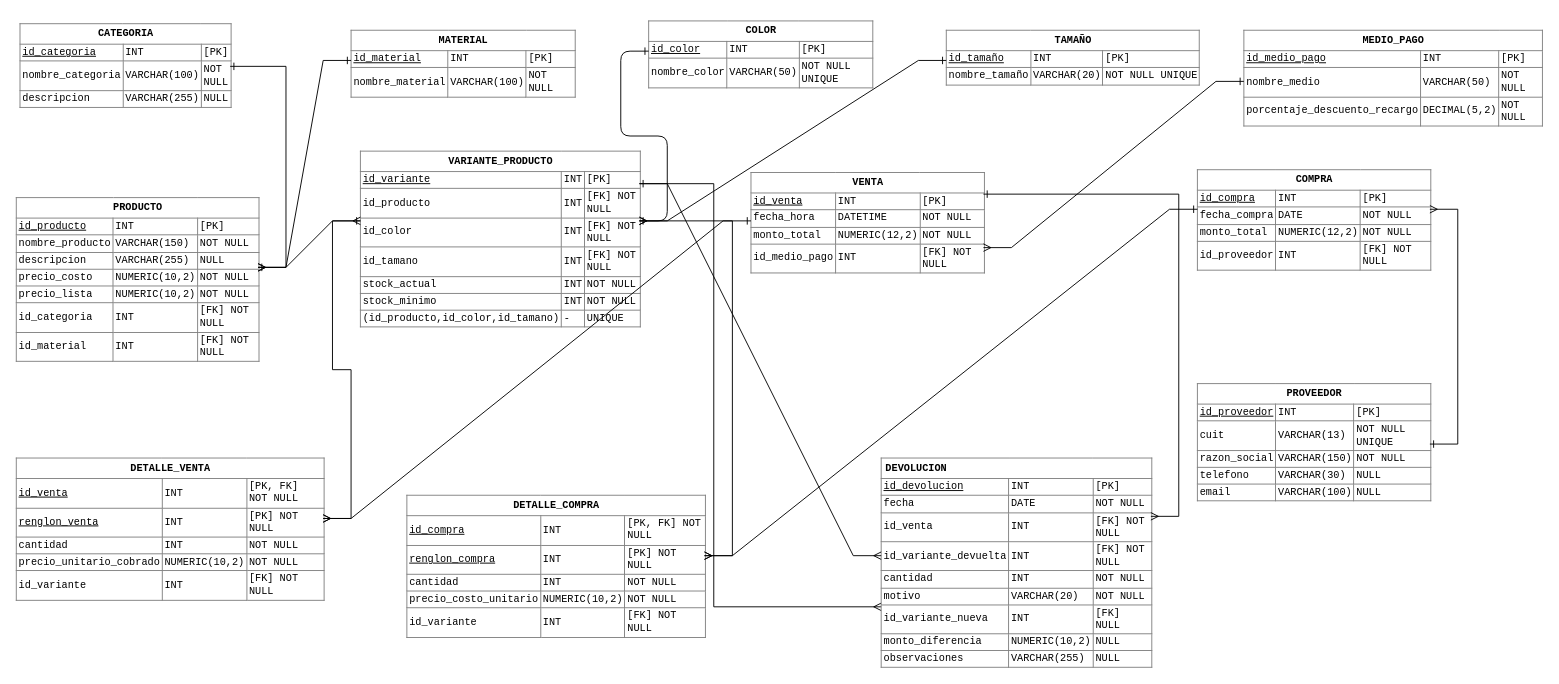
The draw.io diagram tif/diagrama_tablas_tif.drawio in augusbarzola-arch/app-marroquineria, before the edit. Source tidied: cells renumbered, new cells numbered last; positions are measured from the earlier drawing's top-left corner, leaving out a move shared by most shapes. Both pictures are drawn from the tidied source at 93%, with x=0, y=0 at pixel (16, 16).
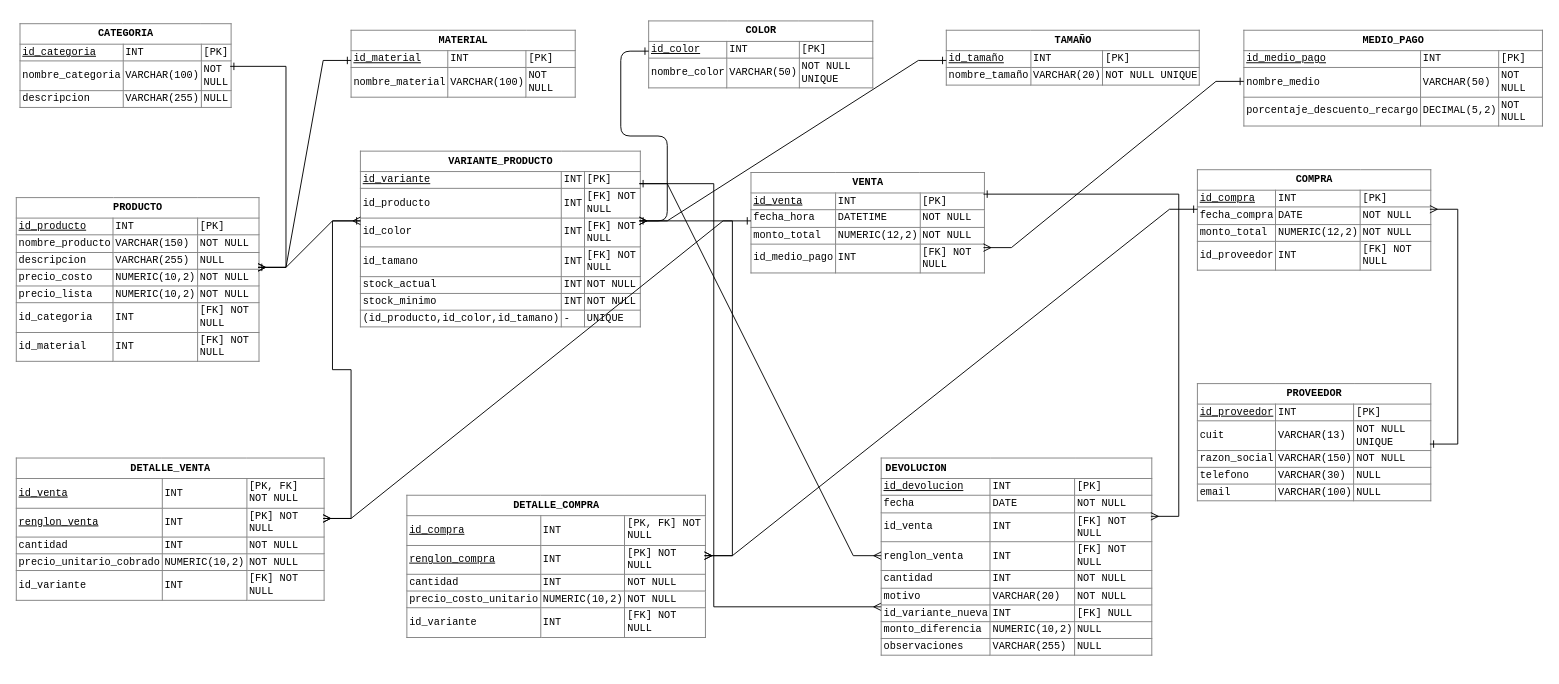
The same diagram, later.

The edit, as a diff of the source:
```diff
@@
-    <mxCell id="15" value="&lt;table style=&quot;border-collapse: collapse; width: 100%; font-size: 11px; font-family: monospace;&quot;&gt;&lt;tbody&gt;&lt;tr&gt;&lt;th colspan=&quot;3&quot; style=&quot;border: 1px solid rgb(128, 128, 128); padding: 4px;&quot;&gt;&lt;span&gt;DEVOLUCION&lt;/span&gt;&lt;/th&gt;&lt;/tr&gt;&lt;tr&gt;&lt;td style=&quot;border: 1px solid rgb(128, 128, 128); padding: 2px;&quot;&gt;&lt;u&gt;id_devolucion&lt;/u&gt;&lt;/td&gt;&lt;td style=&quot;border: 1px solid rgb(128, 128, 128); padding: 2px;&quot;&gt;&lt;span&gt;INT&lt;/span&gt;&lt;/td&gt;&lt;td style=&quot;border: 1px solid rgb(128, 128, 128); padding: 2px;&quot;&gt;&lt;span&gt;[PK]&lt;/span&gt;&lt;/td&gt;&lt;/tr&gt;&lt;tr&gt;&lt;td style=&quot;border: 1px solid rgb(128, 128, 128); padding: 2px;&quot;&gt;&lt;span&gt;fecha&lt;/span&gt;&lt;/td&gt;&lt;td style=&quot;border: 1px solid rgb(128, 128, 128); padding: 2px;&quot;&gt;&lt;span&gt;DATE&lt;/span&gt;&lt;/td&gt;&lt;td style=&quot;border: 1px solid rgb(128, 128, 128); padding: 2px;&quot;&gt;&lt;span&gt;NOT NULL&lt;/span&gt;&lt;/td&gt;&lt;/tr&gt;&lt;tr&gt;&lt;td style=&quot;border: 1px solid rgb(128, 128, 128); padding: 2px;&quot;&gt;&lt;span&gt;id_venta&lt;/span&gt;&lt;/td&gt;&lt;td style=&quot;border: 1px solid rgb(128, 128, 128); padding: 2px;&quot;&gt;&lt;span&gt;INT&lt;/span&gt;&lt;/td&gt;&lt;td style=&quot;border: 1px solid rgb(128, 128, 128); padding: 2px;&quot;&gt;&lt;span&gt;[FK] NOT NULL&lt;/span&gt;&lt;/td&gt;&lt;/tr&gt;&lt;tr&gt;&lt;td style=&quot;border: 1px solid rgb(128, 128, 128); padding: 2px;&quot;&gt;&lt;span&gt;id_variante_devuelta&lt;/span&gt;&lt;/td&gt;&lt;td style=&quot;border: 1px solid rgb(128, 128, 128); padding: 2px;&quot;&gt;&lt;span&gt;INT&lt;/span&gt;&lt;/td&gt;&lt;td style=&quot;border: 1px solid rgb(128, 128, 128); padding: 2px;&quot;&gt;&lt;span&gt;[FK] NOT NULL&lt;/span&gt;&lt;/td&gt;&lt;/tr&gt;&lt;tr&gt;&lt;td style=&quot;border: 1px solid rgb(128, 128, 128); padding: 2px;&quot;&gt;&lt;span&gt;cantidad&lt;/span&gt;&lt;/td&gt;&lt;td style=&quot;border: 1px solid rgb(128, 128, 128); padding: 2px;&quot;&gt;&lt;span&gt;INT&lt;/span&gt;&lt;/td&gt;&lt;td style=&quot;border: 1px solid rgb(128, 128, 128); padding: 2px;&quot;&gt;&lt;span&gt;NOT NULL&lt;/span&gt;&lt;/td&gt;&lt;/tr&gt;&lt;tr&gt;&lt;td style=&quot;border: 1px solid rgb(128, 128, 128); padding: 2px;&quot;&gt;&lt;span&gt;motivo&lt;/span&gt;&lt;/td&gt;&lt;td style=&quot;border: 1px solid rgb(128, 128, 128); padding: 2px;&quot;&gt;&lt;span&gt;VARCHAR(20)&lt;/span&gt;&lt;/td&gt;&lt;td style=&quot;border: 1px solid rgb(128, 128, 128); padding: 2px;&quot;&gt;&lt;span&gt;NOT NULL&lt;/span&gt;&lt;/td&gt;&lt;/tr&gt;&lt;tr&gt;&lt;td style=&quot;border: 1px solid rgb(128, 128, 128); padding: 2px;&quot;&gt;&lt;span&gt;id_variante_nueva&lt;/span&gt;&lt;/td&gt;&lt;td style=&quot;border: 1px solid rgb(128, 128, 128); padding: 2px;&quot;&gt;&lt;span&gt;INT&lt;/span&gt;&lt;/td&gt;&lt;td style=&quot;border: 1px solid rgb(128, 128, 128); padding: 2px;&quot;&gt;&lt;span&gt;[FK] NULL&lt;/span&gt;&lt;/td&gt;&lt;/tr&gt;&lt;tr&gt;&lt;td style=&quot;border: 1px solid rgb(128, 128, 128); padding: 2px;&quot;&gt;&lt;span&gt;monto_diferencia&lt;/span&gt;&lt;/td&gt;&lt;td style=&quot;border: 1px solid rgb(128, 128, 128); padding: 2px;&quot;&gt;&lt;span&gt;NUMERIC(10,2)&lt;/span&gt;&lt;/td&gt;&lt;td style=&quot;border: 1px solid rgb(128, 128, 128); padding: 2px;&quot;&gt;&lt;span&gt;NULL&lt;/span&gt;&lt;/td&gt;&lt;/tr&gt;&lt;tr&gt;&lt;td style=&quot;border: 1px solid rgb(128, 128, 128); padding: 2px;&quot;&gt;&lt;span&gt;observaciones&lt;/span&gt;&lt;/td&gt;&lt;td style=&quot;border: 1px solid rgb(128, 128, 128); padding: 2px;&quot;&gt;&lt;span&gt;VARCHAR(255)&lt;/span&gt;&lt;/td&gt;&lt;td style=&quot;border: 1px solid rgb(128, 128, 128); padding: 2px;&quot;&gt;&lt;span&gt;NULL&lt;/span&gt;&lt;/td&gt;&lt;/tr&gt;&lt;/tbody&gt;&lt;/table&gt;" style="rounded=0;whiteSpace=wrap;html=1;align=left;verticalAlign=top;spacing=0;fontColor=light-dark(#000000,#E6E6E6);strokeColor=none;fillColor=none;" parent="1" vertex="1">
+    <mxCell id="15" value="&lt;table style=&quot;border-collapse: collapse; width: 100%; font-size: 11px; font-family: monospace;&quot;&gt;&lt;tbody&gt;&lt;tr&gt;&lt;th colspan=&quot;3&quot; style=&quot;border: 1px solid rgb(128, 128, 128); padding: 4px;&quot;&gt;&lt;span&gt;DEVOLUCION&lt;/span&gt;&lt;/th&gt;&lt;/tr&gt;&lt;tr&gt;&lt;td style=&quot;border: 1px solid rgb(128, 128, 128); padding: 2px;&quot;&gt;&lt;u&gt;id_devolucion&lt;/u&gt;&lt;/td&gt;&lt;td style=&quot;border: 1px solid rgb(128, 128, 128); padding: 2px;&quot;&gt;&lt;span&gt;INT&lt;/span&gt;&lt;/td&gt;&lt;td style=&quot;border: 1px solid rgb(128, 128, 128); padding: 2px;&quot;&gt;&lt;span&gt;[PK]&lt;/span&gt;&lt;/td&gt;&lt;/tr&gt;&lt;tr&gt;&lt;td style=&quot;border: 1px solid rgb(128, 128, 128); padding: 2px;&quot;&gt;&lt;span&gt;fecha&lt;/span&gt;&lt;/td&gt;&lt;td style=&quot;border: 1px solid rgb(128, 128, 128); padding: 2px;&quot;&gt;&lt;span&gt;DATE&lt;/span&gt;&lt;/td&gt;&lt;td style=&quot;border: 1px solid rgb(128, 128, 128); padding: 2px;&quot;&gt;&lt;span&gt;NOT NULL&lt;/span&gt;&lt;/td&gt;&lt;/tr&gt;&lt;tr&gt;&lt;td style=&quot;border: 1px solid rgb(128, 128, 128); padding: 2px;&quot;&gt;&lt;span&gt;id_venta&lt;/span&gt;&lt;/td&gt;&lt;td style=&quot;border: 1px solid rgb(128, 128, 128); padding: 2px;&quot;&gt;&lt;span&gt;INT&lt;/span&gt;&lt;/td&gt;&lt;td style=&quot;border: 1px solid rgb(128, 128, 128); padding: 2px;&quot;&gt;&lt;span&gt;[FK] NOT NULL&lt;/span&gt;&lt;/td&gt;&lt;/tr&gt;&lt;tr&gt;&lt;td style=&quot;border: 1px solid rgb(128, 128, 128); padding: 2px;&quot;&gt;&lt;span&gt;renglon_venta&lt;/span&gt;&lt;/td&gt;&lt;td style=&quot;border: 1px solid rgb(128, 128, 128); padding: 2px;&quot;&gt;&lt;span&gt;INT&lt;/span&gt;&lt;/td&gt;&lt;td style=&quot;border: 1px solid rgb(128, 128, 128); padding: 2px;&quot;&gt;&lt;span&gt;[FK] NOT NULL&lt;/span&gt;&lt;/td&gt;&lt;/tr&gt;&lt;tr&gt;&lt;td style=&quot;border: 1px solid rgb(128, 128, 128); padding: 2px;&quot;&gt;&lt;span&gt;cantidad&lt;/span&gt;&lt;/td&gt;&lt;td style=&quot;border: 1px solid rgb(128, 128, 128); padding: 2px;&quot;&gt;&lt;span&gt;INT&lt;/span&gt;&lt;/td&gt;&lt;td style=&quot;border: 1px solid rgb(128, 128, 128); padding: 2px;&quot;&gt;&lt;span&gt;NOT NULL&lt;/span&gt;&lt;/td&gt;&lt;/tr&gt;&lt;tr&gt;&lt;td style=&quot;border: 1px solid rgb(128, 128, 128); padding: 2px;&quot;&gt;&lt;span&gt;motivo&lt;/span&gt;&lt;/td&gt;&lt;td style=&quot;border: 1px solid rgb(128, 128, 128); padding: 2px;&quot;&gt;&lt;span&gt;VARCHAR(20)&lt;/span&gt;&lt;/td&gt;&lt;td style=&quot;border: 1px solid rgb(128, 128, 128); padding: 2px;&quot;&gt;&lt;span&gt;NOT NULL&lt;/span&gt;&lt;/td&gt;&lt;/tr&gt;&lt;tr&gt;&lt;td style=&quot;border: 1px solid rgb(128, 128, 128); padding: 2px;&quot;&gt;&lt;span&gt;id_variante_nueva&lt;/span&gt;&lt;/td&gt;&lt;td style=&quot;border: 1px solid rgb(128, 128, 128); padding: 2px;&quot;&gt;&lt;span&gt;INT&lt;/span&gt;&lt;/td&gt;&lt;td style=&quot;border: 1px solid rgb(128, 128, 128); padding: 2px;&quot;&gt;&lt;span&gt;[FK] NULL&lt;/span&gt;&lt;/td&gt;&lt;/tr&gt;&lt;tr&gt;&lt;td style=&quot;border: 1px solid rgb(128, 128, 128); padding: 2px;&quot;&gt;&lt;span&gt;monto_diferencia&lt;/span&gt;&lt;/td&gt;&lt;td style=&quot;border: 1px solid rgb(128, 128, 128); padding: 2px;&quot;&gt;&lt;span&gt;NUMERIC(10,2)&lt;/span&gt;&lt;/td&gt;&lt;td style=&quot;border: 1px solid rgb(128, 128, 128); padding: 2px;&quot;&gt;&lt;span&gt;NULL&lt;/span&gt;&lt;/td&gt;&lt;/tr&gt;&lt;tr&gt;&lt;td style=&quot;border: 1px solid rgb(128, 128, 128); padding: 2px;&quot;&gt;&lt;span&gt;observaciones&lt;/span&gt;&lt;/td&gt;&lt;td style=&quot;border: 1px solid rgb(128, 128, 128); padding: 2px;&quot;&gt;&lt;span&gt;VARCHAR(255)&lt;/span&gt;&lt;/td&gt;&lt;td style=&quot;border: 1px solid rgb(128, 128, 128); padding: 2px;&quot;&gt;&lt;span&gt;NULL&lt;/span&gt;&lt;/td&gt;&lt;/tr&gt;&lt;/tbody&gt;&lt;/table&gt;" style="rounded=0;whiteSpace=wrap;html=1;align=left;verticalAlign=top;spacing=0;fontColor=light-dark(#000000,#E6E6E6);strokeColor=none;fillColor=none;" parent="1" vertex="1">
       <mxGeometry x="930" y="470" width="290" height="220" as="geometry" />
     </mxCell>
```
